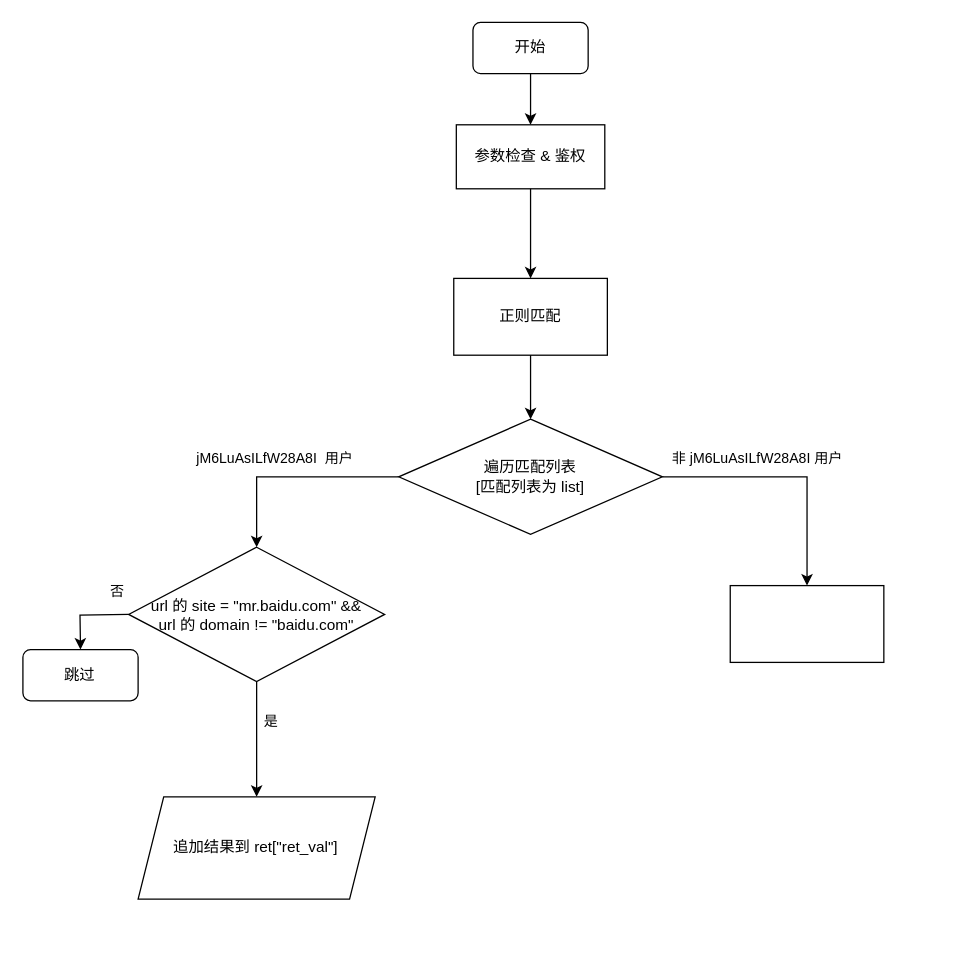
qixiaohu/flow-process-diagram keeps this draw.io diagram as ugc.drawio. Above is the earlier version. Source tidied: cells renumbered, new cells numbered last; positions are measured from the earlier drawing's top-left corner, leaving out a move shared by most shapes. Both pictures are drawn from the tidied source at 128%, with x=0, y=0 at pixel (22, 22).
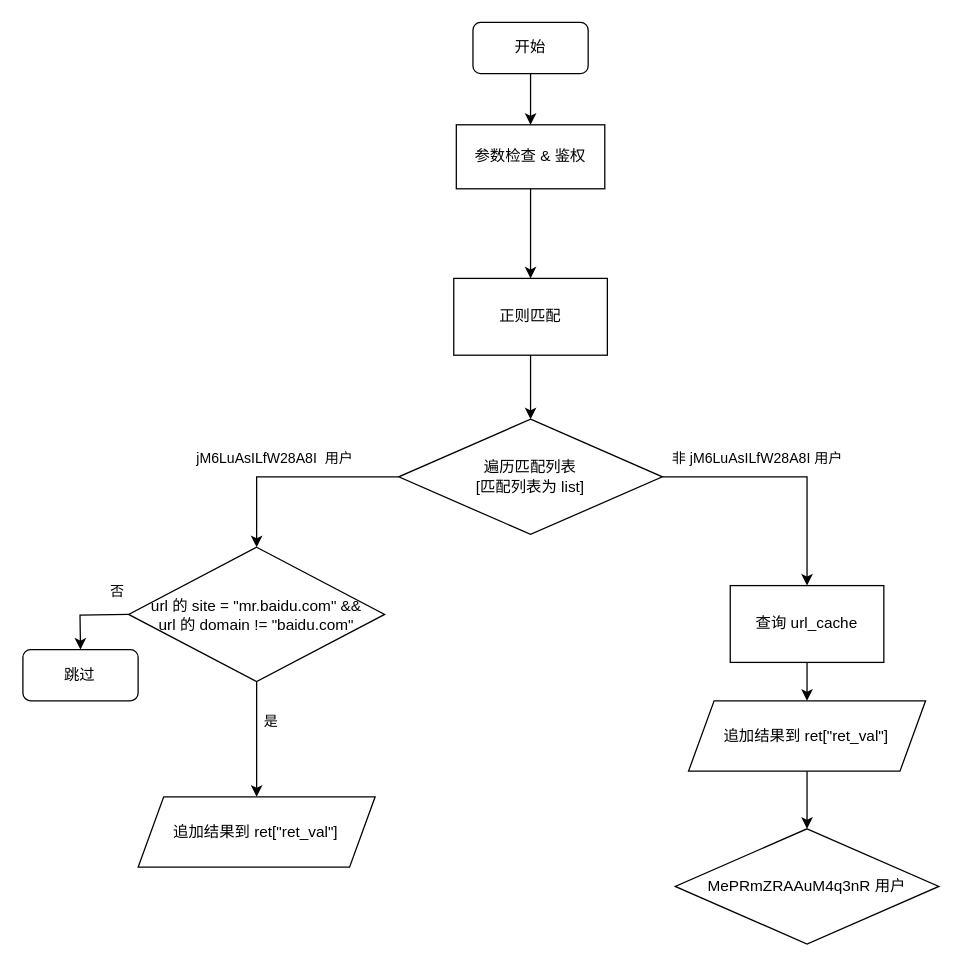
Above is the later version.

Diff of the diagram source:
```diff
@@
-    <mxCell id="9" style="rounded=0;whiteSpace=wrap;html=1;" parent="1" vertex="1">
+    <mxCell id="9" value="查询 url_cache" style="rounded=0;whiteSpace=wrap;html=1;" parent="1" vertex="1">
       <mxGeometry x="553" y="440" width="120" height="60" as="geometry" />
     </mxCell>
@@
     <mxCell id="15" value="追加结果到 ret[&quot;ret_val&quot;]" style="shape=parallelogram;perimeter=parallelogramPerimeter;whiteSpace=wrap;html=1;fixedSize=1;" parent="1" vertex="1">
-      <mxGeometry x="90.4" y="605" width="185.2" height="80" as="geometry" />
+      <mxGeometry x="90.4" y="605" width="185.2" height="55" as="geometry" />
     </mxCell>
@@
+    <mxCell id="21" value="追加结果到 ret[&quot;ret_val&quot;]" style="shape=parallelogram;perimeter=parallelogramPerimeter;whiteSpace=wrap;html=1;fixedSize=1;" parent="1" vertex="1">
+      <mxGeometry x="520.4" y="530" width="185.2" height="55" as="geometry" />
+    </mxCell>
+    <mxCell id="22" style="endArrow=classic;html=1;rounded=0;exitX=0.5;exitY=1;exitDx=0;exitDy=0;" parent="1" edge="1" source="9" target="21">
+      <mxGeometry relative="1" as="geometry" />
+    </mxCell>
+    <mxCell id="23" value="MePRmZRAAuM4q3nR 用户" style="rhombus;whiteSpace=wrap;html=1;" parent="1" vertex="1">
+      <mxGeometry x="510" y="630" width="206" height="90" as="geometry" />
+    </mxCell>
+    <mxCell id="24" style="endArrow=classic;html=1;rounded=0;exitX=0.5;exitY=1;exitDx=0;exitDy=0;entryX=0.5;entryY=0;entryDx=0;entryDy=0;" parent="1" edge="1" source="21" target="23">
+      <mxGeometry relative="1" as="geometry" />
+    </mxCell>
```
